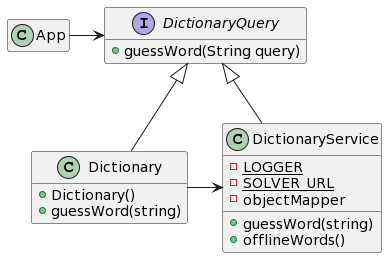
Before: uc-seng301-wordleapp-assignment5/uc-seng301-wordleapp-assignment5/diagrams/Proxy Method.png, a diagram exported from PlantUML (Xahid-Khan/SENG301_Assignment_5).
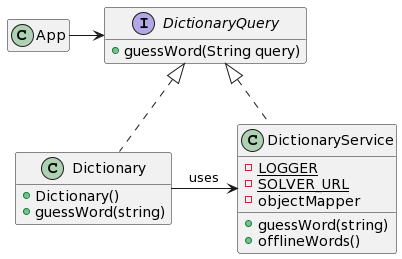
The same diagram one commit later.

Change to the diagram source:
```diff
@@ -21,8 +21,8 @@
 +offlineWords()
 }
 
-Dictionary -> DictionaryService
+Dictionary -> DictionaryService: uses
 App -> DictionaryQuery
-DictionaryQuery <|-- Dictionary
-DictionaryQuery <|-- DictionaryService
+DictionaryQuery <|.. Dictionary
+DictionaryQuery <|.. DictionaryService
 @enduml
```
